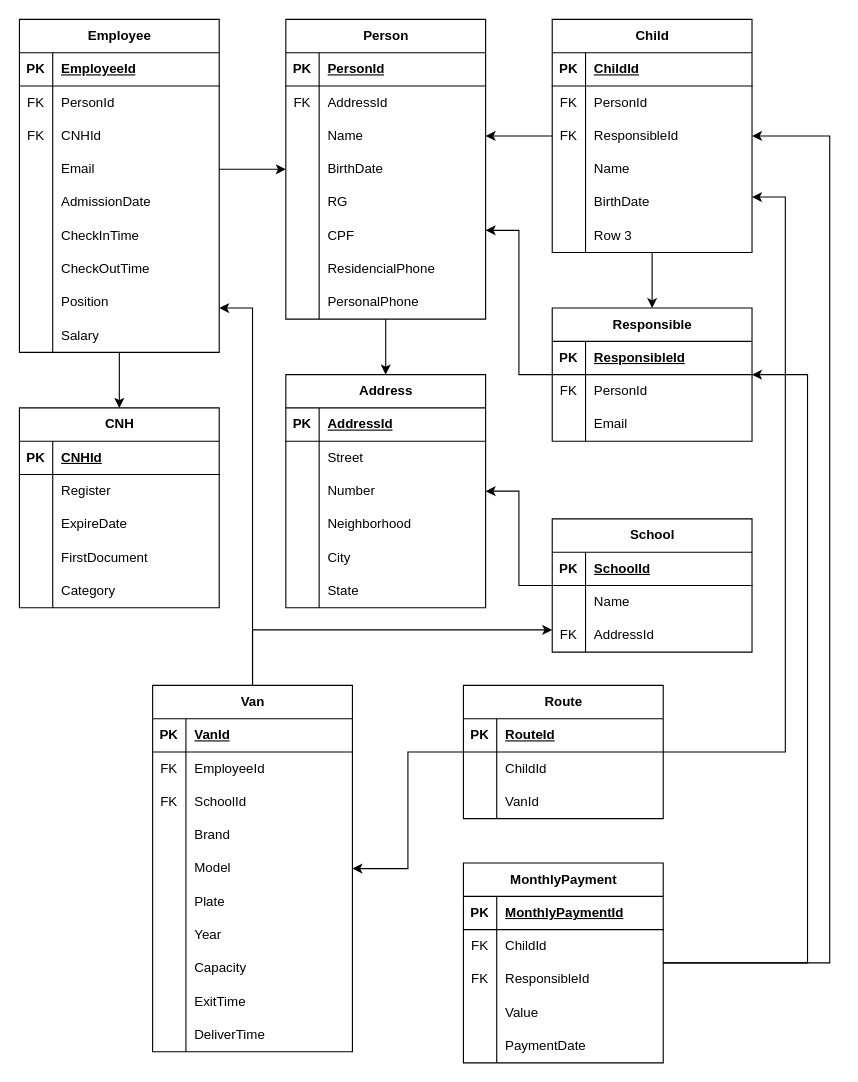
Earlier version of the draw.io diagram SchoolTrack-Backend/SchoolTrack.drawio (JoviOakz/SchoolTrack). Source tidied: cells renumbered, new cells numbered last; positions are measured from the earlier drawing's top-left corner, leaving out a move shared by most shapes. Both pictures are drawn from the tidied source at 111%, with x=0, y=0 at pixel (19, 19).
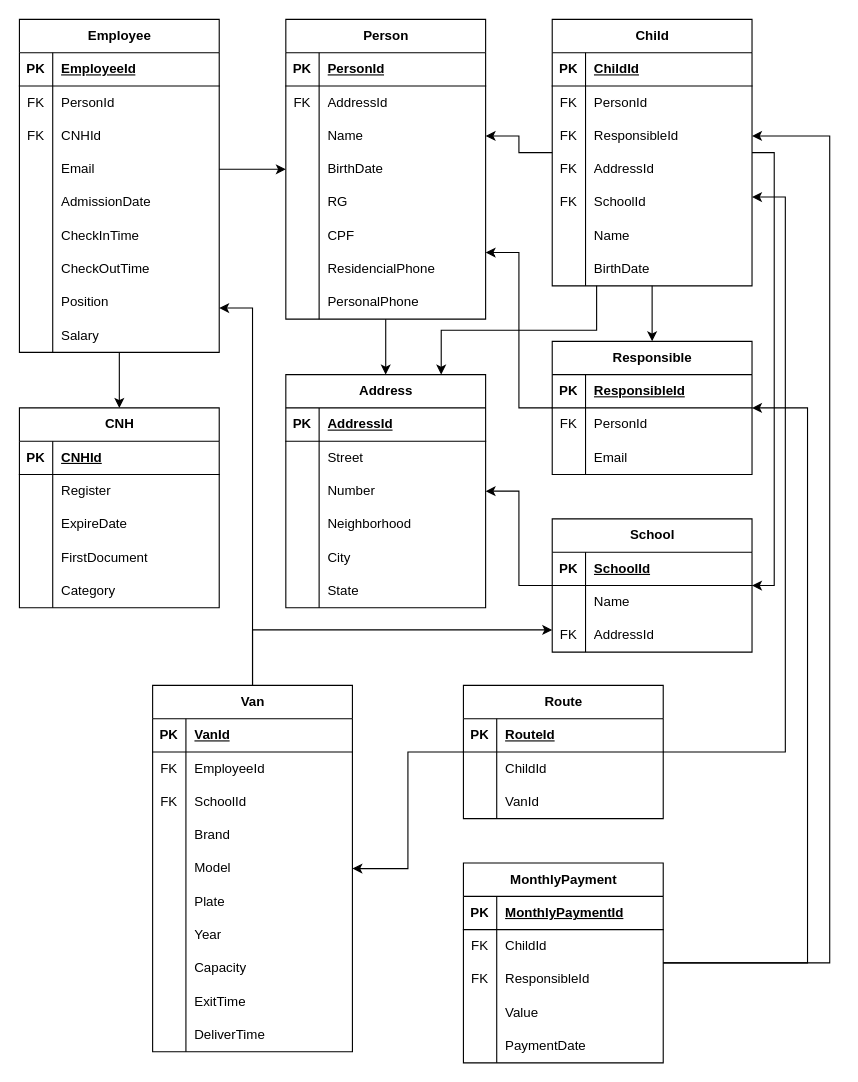
The same diagram, later.

The change refers to these unchanged cells:
```xml
<mxCell id="32" value="Address" style="shape=table;startSize=30;childLayout=tableLayout;rowLines=0;fontStyle=1;align=center;html=1;" parent="1" vertex="1">
  <mxGeometry x="240" y="320" width="180" height="210" as="geometry" />
</mxCell>
<mxCell id="89" value="Person" style="shape=table;startSize=30;childLayout=tableLayout;rowLines=0;fontStyle=1;align=center;html=1;" parent="1" vertex="1">
  <mxGeometry x="240" width="180" height="270" as="geometry" />
</mxCell>
<mxCell id="171" value="School" style="shape=table;startSize=30;childLayout=tableLayout;rowLines=0;fontStyle=1;align=center;html=1;" parent="1" vertex="1">
  <mxGeometry x="480" y="450" width="180" height="120" as="geometry" />
</mxCell>
<mxCell id="183" value="MonthlyPayment" style="shape=table;startSize=30;childLayout=tableLayout;rowLines=0;fontStyle=1;align=center;html=1;" parent="1" vertex="1">
  <mxGeometry x="400" y="760" width="180" height="180" as="geometry" />
</mxCell>
```

Change to the diagram source:
```diff
@@
+    <mxCell id="199" style="edgeStyle=orthogonalEdgeStyle;rounded=0;jettySize=auto;html=1;" parent="1" edge="1" source="69" target="32">
+      <mxGeometry relative="1" as="geometry">
+        <Array as="points">
+          <mxPoint x="520" y="280" />
+          <mxPoint x="380" y="280" />
+        </Array>
+      </mxGeometry>
+    </mxCell>
+    <mxCell id="200" style="edgeStyle=orthogonalEdgeStyle;rounded=0;jettySize=auto;html=1;" parent="1" edge="1" source="69" target="171">
+      <mxGeometry relative="1" as="geometry">
+        <Array as="points">
+          <mxPoint x="680" y="120" />
+          <mxPoint x="680" y="510" />
+        </Array>
+      </mxGeometry>
+    </mxCell>
     <mxCell id="69" value="Child" style="shape=table;startSize=30;childLayout=tableLayout;rowLines=0;fontStyle=1;align=center;html=1;" parent="1" vertex="1">
-      <mxGeometry x="480" width="180" height="210" as="geometry" />
+      <mxGeometry x="480" width="180" height="240" as="geometry" />
     </mxCell>
@@
+    <mxCell id="85" style="shape=tableRow;horizontal=0;startSize=0;swimlaneHead=0;swimlaneBody=0;fillColor=none;top=0;left=0;right=0;bottom=0;" parent="69" vertex="1">
+      <mxGeometry y="120" width="180" height="30" as="geometry" />
+    </mxCell>
+    <mxCell id="86" value="FK" style="shape=partialRectangle;fillColor=none;top=0;left=0;bottom=0;right=0;overflow=hidden;whiteSpace=wrap;html=1;" parent="85" vertex="1">
+      <mxGeometry width="30" height="30" as="geometry" />
+    </mxCell>
+    <mxCell id="87" value="AddressId" style="shape=partialRectangle;fillColor=none;top=0;left=0;bottom=0;right=0;align=left;spacingLeft=6;overflow=hidden;whiteSpace=wrap;html=1;" parent="85" vertex="1">
+      <mxGeometry x="30" width="150" height="30" as="geometry" />
+    </mxCell>
+    <mxCell id="201" style="shape=tableRow;horizontal=0;startSize=0;swimlaneHead=0;swimlaneBody=0;fillColor=none;top=0;left=0;right=0;bottom=0;" parent="69" vertex="1">
+      <mxGeometry y="150" width="180" height="30" as="geometry" />
+    </mxCell>
+    <mxCell id="202" value="FK" style="shape=partialRectangle;fillColor=none;top=0;left=0;bottom=0;right=0;overflow=hidden;whiteSpace=wrap;html=1;" parent="201" vertex="1">
+      <mxGeometry width="30" height="30" as="geometry" />
+    </mxCell>
+    <mxCell id="203" value="SchoolId" style="shape=partialRectangle;fillColor=none;top=0;left=0;bottom=0;right=0;align=left;spacingLeft=6;overflow=hidden;whiteSpace=wrap;html=1;" parent="201" vertex="1">
+      <mxGeometry x="30" width="150" height="30" as="geometry" />
+    </mxCell>
     <mxCell id="79" style="shape=tableRow;horizontal=0;startSize=0;swimlaneHead=0;swimlaneBody=0;fillColor=none;top=0;left=0;right=0;bottom=0;" parent="69" vertex="1">
-      <mxGeometry y="120" width="180" height="30" as="geometry" />
+      <mxGeometry y="180" width="180" height="30" as="geometry" />
     </mxCell>
@@
     <mxCell id="82" style="shape=tableRow;horizontal=0;startSize=0;swimlaneHead=0;swimlaneBody=0;fillColor=none;top=0;left=0;right=0;bottom=0;" parent="69" vertex="1">
-      <mxGeometry y="150" width="180" height="30" as="geometry" />
+      <mxGeometry y="210" width="180" height="30" as="geometry" />
     </mxCell>
@@
-    <mxCell id="85" style="shape=tableRow;horizontal=0;startSize=0;swimlaneHead=0;swimlaneBody=0;fillColor=none;top=0;left=0;right=0;bottom=0;" parent="69" vertex="1">
-      <mxGeometry y="180" width="180" height="30" as="geometry" />
-    </mxCell>
-    <mxCell id="86" style="shape=partialRectangle;fillColor=none;top=0;left=0;bottom=0;right=0;overflow=hidden;whiteSpace=wrap;html=1;" parent="85" vertex="1">
-      <mxGeometry width="30" height="30" as="geometry" />
-    </mxCell>
-    <mxCell id="87" value="Row 3" style="shape=partialRectangle;fillColor=none;top=0;left=0;bottom=0;right=0;align=left;spacingLeft=6;overflow=hidden;whiteSpace=wrap;html=1;" parent="85" vertex="1">
-      <mxGeometry x="30" width="150" height="30" as="geometry" />
-    </mxCell>
@@
     <mxCell id="114" style="edgeStyle=orthogonalEdgeStyle;rounded=0;jettySize=auto;html=1;" parent="1" edge="1" source="115" target="89">
       <mxGeometry relative="1" as="geometry">
         <Array as="points">
-          <mxPoint x="450" y="320" />
-          <mxPoint x="450" y="190" />
+          <mxPoint x="450" y="350" />
+          <mxPoint x="450" y="210" />
         </Array>
       </mxGeometry>
     </mxCell>
     <mxCell id="115" value="Responsible" style="shape=table;startSize=30;childLayout=tableLayout;rowLines=0;fontStyle=1;align=center;html=1;" parent="1" vertex="1">
-      <mxGeometry x="480" y="260" width="180" height="120" as="geometry" />
+      <mxGeometry x="480" y="290" width="180" height="120" as="geometry" />
     </mxCell>
@@
     <mxCell id="182" style="edgeStyle=orthogonalEdgeStyle;rounded=0;jettySize=auto;html=1;" parent="1" edge="1" source="183" target="115">
       <mxGeometry relative="1" as="geometry">
         <Array as="points">
           <mxPoint x="710" y="850" />
-          <mxPoint x="710" y="320" />
+          <mxPoint x="710" y="350" />
         </Array>
       </mxGeometry>
     </mxCell>
```
